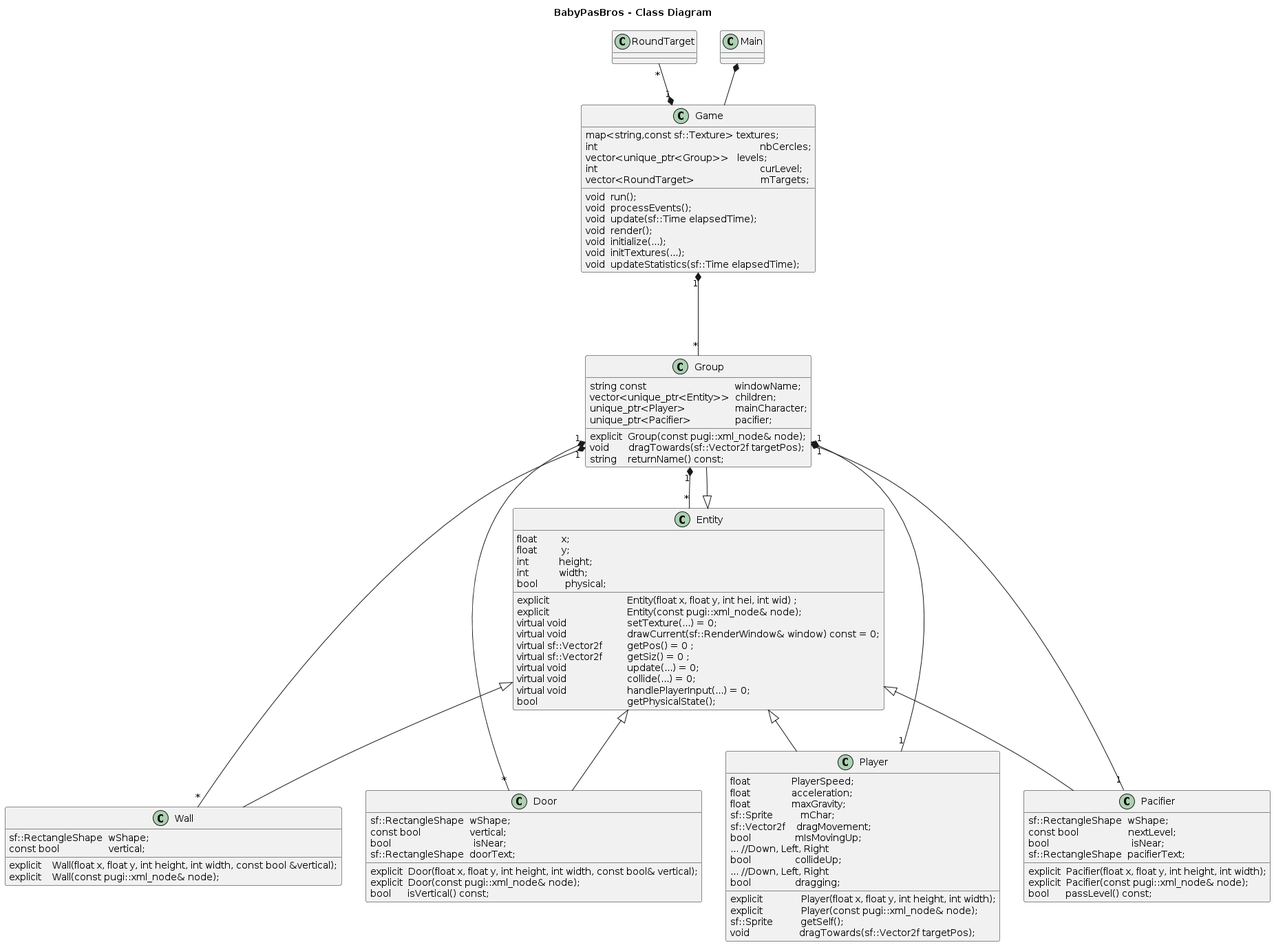
ThELud0/BabyPasBros keeps this PlantUML diagram as Class_Diagram.png. Above is the earlier version.
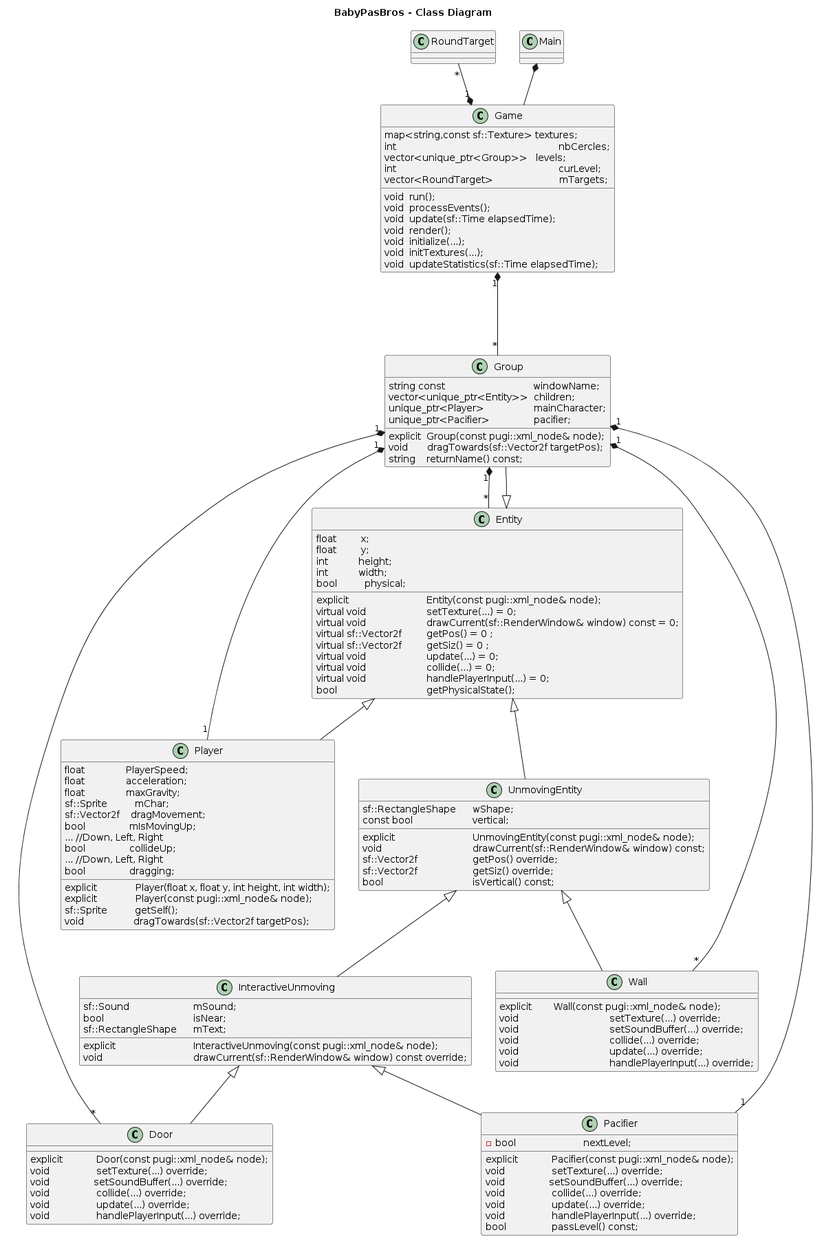
After the commit.

Commit message:
updated class diagram to include new UnmovingEntity and InteractiveUnmoving classes

The edit, as a diff of the source:
```diff
@@ -27,7 +27,6 @@
 
 
 class Entity {
-explicit				Entity(float x, float y, int hei, int wid) ;
 explicit				Entity(const pugi::xml_node& node);
 virtual void			setTexture(...) = 0;
 virtual void			drawCurrent(sf::RenderWindow& window) const = 0;
@@ -46,23 +45,44 @@
 
 }
 
+class UnmovingEntity {
+	explicit				UnmovingEntity(const pugi::xml_node& node);
+	void					drawCurrent(sf::RenderWindow& window) const;
+	sf::Vector2f			getPos() override;
+	sf::Vector2f			getSiz() override;
+	bool					isVertical() const;
+
+	sf::RectangleShape	wShape;
+	const bool			vertical;
+}
+
+class InteractiveUnmoving {
+explicit				InteractiveUnmoving(const pugi::xml_node& node);
+void					drawCurrent(sf::RenderWindow& window) const override;
+
+sf::Sound			mSound;
+bool				        isNear;
+sf::RectangleShape	mText;
+}
+
 
 class Wall {
-explicit    Wall(float x, float y, int height, int width, const bool &vertical);
-explicit    Wall(const pugi::xml_node& node);
-sf::RectangleShape  wShape;
-const bool                  vertical;
+explicit        Wall(const pugi::xml_node& node);
+	void					setTexture(...) override;
+	void					setSoundBuffer(...) override;
+	void					collide(...) override;
+	void					update(...) override;
+	void					handlePlayerInput(...) override;
 }
 
 
 class Door {
-explicit  Door(float x, float y, int height, int width, const bool& vertical);
-explicit  Door(const pugi::xml_node& node);
-bool      isVertical() const;
-sf::RectangleShape  wShape;
-const bool                  vertical;
-bool                              isNear;
-sf::RectangleShape  doorText;
+	explicit		Door(const pugi::xml_node& node);
+	void			setTexture(...) override;
+	void                setSoundBuffer(...) override;
+	void			collide(...) override;
+	void			update(...) override;
+	void			handlePlayerInput(...) override;
 }
 
 
@@ -96,13 +116,15 @@
 }
 
 class Pacifier {
-explicit  Pacifier(float x, float y, int height, int width);
-explicit  Pacifier(const pugi::xml_node& node);
-bool      passLevel() const;
-sf::RectangleShape  wShape;
-const bool                  nextLevel;
-bool                              isNear;
-sf::RectangleShape  pacifierText;
+	explicit		Pacifier(const pugi::xml_node& node);
+	void			setTexture(...) override;
+	void                setSoundBuffer(...) override;
+	void			collide(...) override;
+	void			update(...) override;
+	void			handlePlayerInput(...) override;
+	bool			passLevel() const;
+
+	-bool				nextLevel;
 }
 
 
@@ -111,11 +133,13 @@
 Main *-- Game
 Game "1" *-up- "*" RoundTarget
 Game "1" *--- "*" Group
-Entity <|-- Wall
+Entity <|-- UnmovingEntity
+UnmovingEntity <|-- Wall
+UnmovingEntity <|-- InteractiveUnmoving
 Entity <|-- Player
 Entity <|-- Group
-Entity <|-- Door
-Entity <|-- Pacifier
+InteractiveUnmoving <|-- Door
+InteractiveUnmoving <|-- Pacifier
 Group "1" *-- "*" Wall
 Group "1" *-- "1" Player
 Group "1" *-- "*" Door
```
